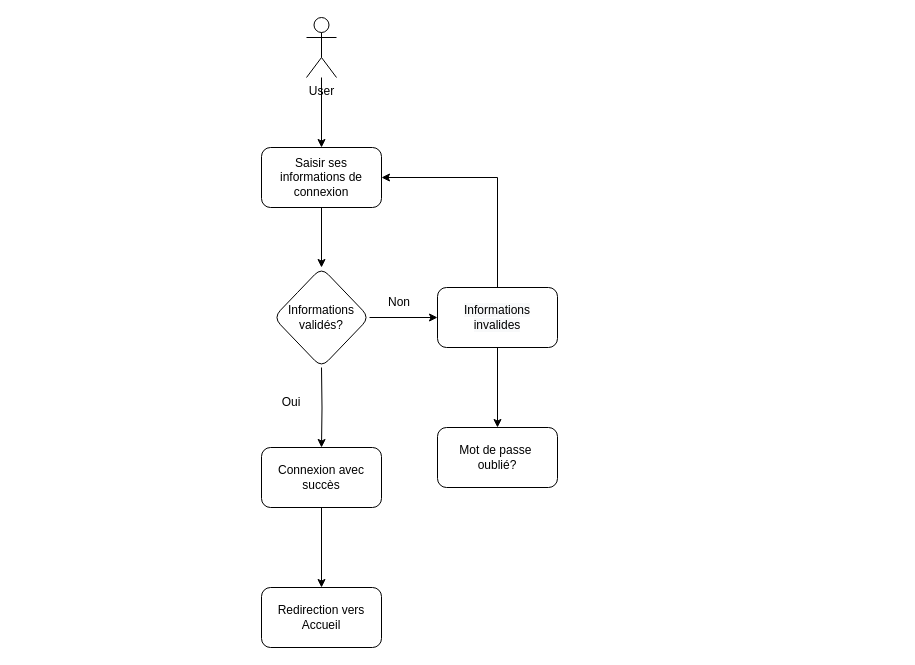
The draw.io diagram page "Diagram d'activités" (2 of 2) of TESTS FONCTIONNELS, E2E, DE NON REGRESSION ET DE PERFORMANCE/Test.drawio in JongCHONG/EfreiM1DevManager, before the edit. Source tidied: cells renumbered, new cells numbered last; positions are measured from the earlier drawing's top-left corner, leaving out a move shared by most shapes. Both pictures are drawn from the tidied source at 100%, with x=0, y=0 at pixel (261, 17).
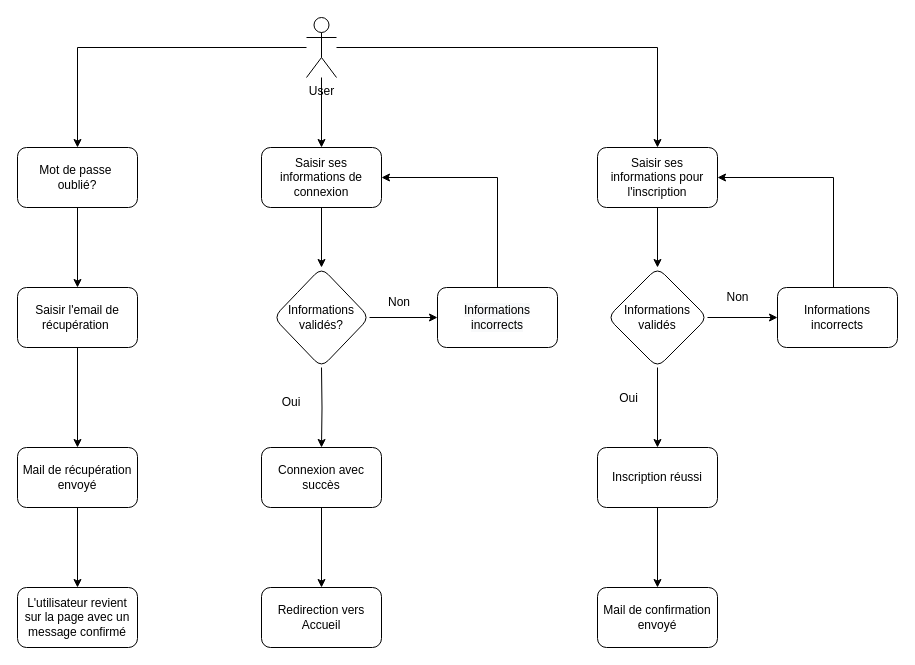
The same diagram, later.

Unchanged cells that the change refers to:
```xml
<mxCell id="3" value="User&lt;br&gt;" style="shape=umlActor;verticalLabelPosition=bottom;verticalAlign=top;html=1;outlineConnect=0;" parent="1" vertex="1">
  <mxGeometry x="45" width="30" height="60" as="geometry" />
</mxCell>
```

The edit, as a diff of the source:
```diff
@@
-    <mxCell id="11" style="edgeStyle=orthogonalEdgeStyle;rounded=0;jettySize=auto;html=1;" parent="1" edge="1" source="12" target="14">
-      <mxGeometry relative="1" as="geometry" />
-    </mxCell>
-    <mxCell id="12" value="&lt;span style=&quot;color: rgb(0, 0, 0); font-family: Helvetica; font-size: 12px; font-style: normal; font-variant-ligatures: normal; font-variant-caps: normal; font-weight: 400; letter-spacing: normal; orphans: 2; text-align: center; text-indent: 0px; text-transform: none; widows: 2; word-spacing: 0px; -webkit-text-stroke-width: 0px; background-color: rgb(248, 249, 250); text-decoration-thickness: initial; text-decoration-style: initial; text-decoration-color: initial; float: none; display: inline !important;&quot;&gt;Informations&lt;/span&gt;&lt;br style=&quot;color: rgb(0, 0, 0); font-family: Helvetica; font-size: 12px; font-style: normal; font-variant-ligatures: normal; font-variant-caps: normal; font-weight: 400; letter-spacing: normal; orphans: 2; text-align: center; text-indent: 0px; text-transform: none; widows: 2; word-spacing: 0px; -webkit-text-stroke-width: 0px; background-color: rgb(248, 249, 250); text-decoration-thickness: initial; text-decoration-style: initial; text-decoration-color: initial;&quot;&gt;&lt;span style=&quot;color: rgb(0, 0, 0); font-family: Helvetica; font-size: 12px; font-style: normal; font-variant-ligatures: normal; font-variant-caps: normal; font-weight: 400; letter-spacing: normal; orphans: 2; text-align: center; text-indent: 0px; text-transform: none; widows: 2; word-spacing: 0px; -webkit-text-stroke-width: 0px; background-color: rgb(248, 249, 250); text-decoration-thickness: initial; text-decoration-style: initial; text-decoration-color: initial; float: none; display: inline !important;&quot;&gt;invalides&lt;/span&gt;" style="whiteSpace=wrap;html=1;rounded=1;" parent="1" vertex="1">
+    <mxCell id="12" value="&lt;span style=&quot;color: rgb(0, 0, 0); font-family: Helvetica; font-size: 12px; font-style: normal; font-variant-ligatures: normal; font-variant-caps: normal; font-weight: 400; letter-spacing: normal; orphans: 2; text-align: center; text-indent: 0px; text-transform: none; widows: 2; word-spacing: 0px; -webkit-text-stroke-width: 0px; background-color: rgb(248, 249, 250); text-decoration-thickness: initial; text-decoration-style: initial; text-decoration-color: initial; float: none; display: inline !important;&quot;&gt;Informations&lt;/span&gt;&lt;br style=&quot;color: rgb(0, 0, 0); font-family: Helvetica; font-size: 12px; font-style: normal; font-variant-ligatures: normal; font-variant-caps: normal; font-weight: 400; letter-spacing: normal; orphans: 2; text-align: center; text-indent: 0px; text-transform: none; widows: 2; word-spacing: 0px; -webkit-text-stroke-width: 0px; background-color: rgb(248, 249, 250); text-decoration-thickness: initial; text-decoration-style: initial; text-decoration-color: initial;&quot;&gt;&lt;span style=&quot;color: rgb(0, 0, 0); font-family: Helvetica; font-size: 12px; font-style: normal; font-variant-ligatures: normal; font-variant-caps: normal; font-weight: 400; letter-spacing: normal; orphans: 2; text-align: center; text-indent: 0px; text-transform: none; widows: 2; word-spacing: 0px; -webkit-text-stroke-width: 0px; background-color: rgb(248, 249, 250); text-decoration-thickness: initial; text-decoration-style: initial; text-decoration-color: initial; float: none; display: inline !important;&quot;&gt;incorrects&lt;/span&gt;" style="whiteSpace=wrap;html=1;rounded=1;" parent="1" vertex="1">
       <mxGeometry x="176" y="270" width="120" height="60" as="geometry" />
     </mxCell>
@@
+    <mxCell id="18" style="edgeStyle=orthogonalEdgeStyle;rounded=0;jettySize=auto;html=1;" parent="1" edge="1" source="14" target="24">
+      <mxGeometry relative="1" as="geometry" />
+    </mxCell>
     <mxCell id="14" value="Mot de passe&amp;nbsp;&lt;br&gt;oublié?" style="whiteSpace=wrap;html=1;rounded=1;" parent="1" vertex="1">
-      <mxGeometry x="176" y="410" width="120" height="60" as="geometry" />
+      <mxGeometry x="-244" y="130" width="120" height="60" as="geometry" />
     </mxCell>
@@
+    <mxCell id="19" style="edgeStyle=orthogonalEdgeStyle;rounded=0;jettySize=auto;html=1;" parent="1" edge="1" source="20" target="29">
+      <mxGeometry relative="1" as="geometry" />
+    </mxCell>
+    <mxCell id="20" value="Saisir ses informations pour l'inscription" style="whiteSpace=wrap;html=1;rounded=1;" parent="1" vertex="1">
+      <mxGeometry x="336" y="130" width="120" height="60" as="geometry" />
+    </mxCell>
+    <mxCell id="21" style="edgeStyle=orthogonalEdgeStyle;rounded=0;jettySize=auto;html=1;entryX=0.5;entryY=0;entryDx=0;entryDy=0;" parent="1" edge="1" source="3" target="14">
+      <mxGeometry relative="1" as="geometry" />
+    </mxCell>
+    <mxCell id="22" style="edgeStyle=orthogonalEdgeStyle;rounded=0;jettySize=auto;html=1;entryX=0.5;entryY=0;entryDx=0;entryDy=0;" parent="1" edge="1" source="3" target="20">
+      <mxGeometry relative="1" as="geometry" />
+    </mxCell>
+    <mxCell id="23" style="edgeStyle=orthogonalEdgeStyle;rounded=0;jettySize=auto;html=1;" parent="1" edge="1" source="24" target="26">
+      <mxGeometry relative="1" as="geometry" />
+    </mxCell>
+    <mxCell id="24" value="Saisir l'email de récupération&amp;nbsp;" style="whiteSpace=wrap;html=1;rounded=1;" parent="1" vertex="1">
+      <mxGeometry x="-244" y="270" width="120" height="60" as="geometry" />
+    </mxCell>
+    <mxCell id="25" style="edgeStyle=orthogonalEdgeStyle;rounded=0;jettySize=auto;html=1;" parent="1" edge="1" source="26" target="35">
+      <mxGeometry relative="1" as="geometry" />
+    </mxCell>
+    <mxCell id="26" value="Mail de récupération envoyé" style="whiteSpace=wrap;html=1;rounded=1;" parent="1" vertex="1">
+      <mxGeometry x="-244" y="430" width="120" height="60" as="geometry" />
+    </mxCell>
+    <mxCell id="27" style="edgeStyle=orthogonalEdgeStyle;rounded=0;jettySize=auto;html=1;" parent="1" edge="1" source="29" target="30">
+      <mxGeometry relative="1" as="geometry" />
+    </mxCell>
+    <mxCell id="28" style="edgeStyle=orthogonalEdgeStyle;rounded=0;jettySize=auto;html=1;" parent="1" edge="1" source="29" target="33">
+      <mxGeometry relative="1" as="geometry" />
+    </mxCell>
+    <mxCell id="29" value="Informations validés" style="rhombus;whiteSpace=wrap;html=1;rounded=1;" parent="1" vertex="1">
+      <mxGeometry x="346" y="250" width="100" height="100" as="geometry" />
+    </mxCell>
+    <mxCell id="30" value="Informations incorrects" style="whiteSpace=wrap;html=1;rounded=1;" parent="1" vertex="1">
+      <mxGeometry x="516" y="270" width="120" height="60" as="geometry" />
+    </mxCell>
+    <mxCell id="31" style="endArrow=classic;html=1;rounded=0;entryX=1;entryY=0.5;entryDx=0;entryDy=0;exitX=0.5;exitY=0;exitDx=0;exitDy=0;" parent="1" edge="1">
+      <mxGeometry relative="1" as="geometry">
+        <mxPoint x="572" y="270" as="sourcePoint" />
+        <mxPoint x="456" y="160" as="targetPoint" />
+        <Array as="points">
+          <mxPoint x="572" y="160" />
+        </Array>
+      </mxGeometry>
+    </mxCell>
+    <mxCell id="32" style="edgeStyle=orthogonalEdgeStyle;rounded=0;jettySize=auto;html=1;" parent="1" edge="1" source="33" target="34">
+      <mxGeometry relative="1" as="geometry" />
+    </mxCell>
+    <mxCell id="33" value="Inscription réussi" style="whiteSpace=wrap;html=1;rounded=1;" parent="1" vertex="1">
+      <mxGeometry x="336" y="430" width="120" height="60" as="geometry" />
+    </mxCell>
+    <mxCell id="34" value="Mail de confirmation envoyé" style="whiteSpace=wrap;html=1;rounded=1;" parent="1" vertex="1">
+      <mxGeometry x="336" y="570" width="120" height="60" as="geometry" />
+    </mxCell>
+    <mxCell id="35" value="L'utilisateur revient sur la page avec un message confirmé" style="whiteSpace=wrap;html=1;rounded=1;" parent="1" vertex="1">
+      <mxGeometry x="-244" y="570" width="120" height="60" as="geometry" />
+    </mxCell>
+    <mxCell id="36" value="Oui" style="text;html=1;align=center;verticalAlign=middle;strokeColor=none;fillColor=none;" parent="1" vertex="1">
+      <mxGeometry x="348" y="368" width="37" height="26" as="geometry" />
+    </mxCell>
+    <mxCell id="37" value="Non" style="text;html=1;align=center;verticalAlign=middle;strokeColor=none;fillColor=none;" parent="1" vertex="1">
+      <mxGeometry x="456" y="267" width="40" height="26" as="geometry" />
+    </mxCell>
```
